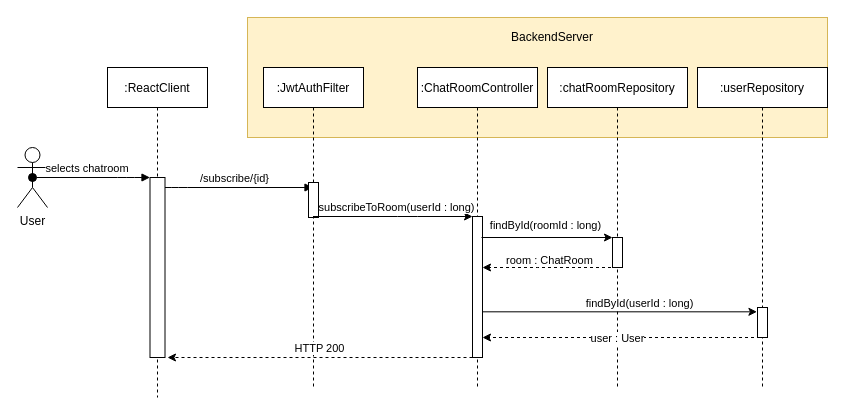
Before: subscribe-SD.drawio in nickkisbye/dat18a-hop, a draw.io diagram. Source tidied: cells renumbered, new cells numbered last; positions are measured from the earlier drawing's top-left corner, leaving out a move shared by most shapes. Both pictures are drawn from the tidied source at 100%, with x=0, y=0 at pixel (17, 17).
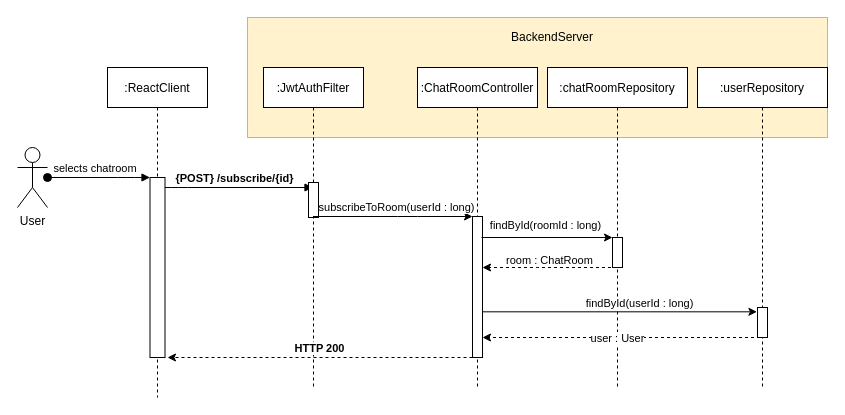
The same page after the edit.

Unchanged cells that the change refers to:
```xml
<mxCell id="4" style="points=[];perimeter=orthogonalPerimeter;rounded=0;shadow=0;strokeWidth=1;" parent="3" vertex="1">
  <mxGeometry x="42.5" y="110" width="15" height="180" as="geometry" />
</mxCell>
<mxCell id="6" value=":JwtAuthFilter" style="shape=umlLifeline;perimeter=lifelinePerimeter;rounded=0;shadow=0;strokeWidth=1;" parent="1" vertex="1">
  <mxGeometry x="246" y="50" width="100" height="320" as="geometry" />
</mxCell>
<mxCell id="15" value="User" style="shape=umlActor;verticalLabelPosition=bottom;verticalAlign=top;html=1;" parent="1" vertex="1">
  <mxGeometry y="130" width="30" height="60" as="geometry" />
</mxCell>
<mxCell id="27" style="endArrow=classic;html=1;dashed=1;entryX=1.167;entryY=1;entryDx=0;entryDy=0;entryPerimeter=0;" parent="1" edge="1" source="9" target="4">
  <mxGeometry relative="1" as="geometry" />
</mxCell>
```

Change to the diagram source:
```diff
@@
-    <mxCell id="5" value="/subscribe/{id}" style="verticalAlign=bottom;endArrow=block;shadow=0;strokeWidth=1;" parent="1" edge="1" source="4" target="6">
+    <mxCell id="5" value="{POST} /subscribe/{id}" style="verticalAlign=bottom;endArrow=block;shadow=0;strokeWidth=1;fontStyle=1;" parent="1" edge="1" source="4" target="6">
       <mxGeometry x="-0.06" relative="1" as="geometry">
         <Array as="points">
           <mxPoint x="160" y="170" />
         </Array>
       </mxGeometry>
     </mxCell>
@@
-    <mxCell id="16" value="selects chatroom" style="verticalAlign=bottom;startArrow=oval;endArrow=block;startSize=8;shadow=0;strokeWidth=1;exitX=0.5;exitY=0.5;exitDx=0;exitDy=0;exitPerimeter=0;" parent="1" edge="1" source="15" target="4">
+    <mxCell id="16" value="selects chatroom" style="verticalAlign=bottom;startArrow=oval;endArrow=block;startSize=8;shadow=0;strokeWidth=1;" parent="1" edge="1" target="4">
       <mxGeometry x="-0.06" relative="1" as="geometry">
+        <mxPoint x="30" y="160" as="sourcePoint" />
         <Array as="points">
           <mxPoint x="110" y="160" />
         </Array>
       </mxGeometry>
     </mxCell>
@@
-    <mxCell id="28" value="HTTP 200" style="edgeLabel;html=1;align=center;verticalAlign=middle;" parent="27" vertex="1">
+    <mxCell id="28" value="&lt;b&gt;HTTP 200&lt;/b&gt;" style="edgeLabel;html=1;align=center;verticalAlign=middle;" parent="27" vertex="1">
       <mxGeometry x="0.41" y="-3" relative="1" as="geometry">
         <mxPoint x="61" y="-7" as="offset" />
       </mxGeometry>
     </mxCell>
```
